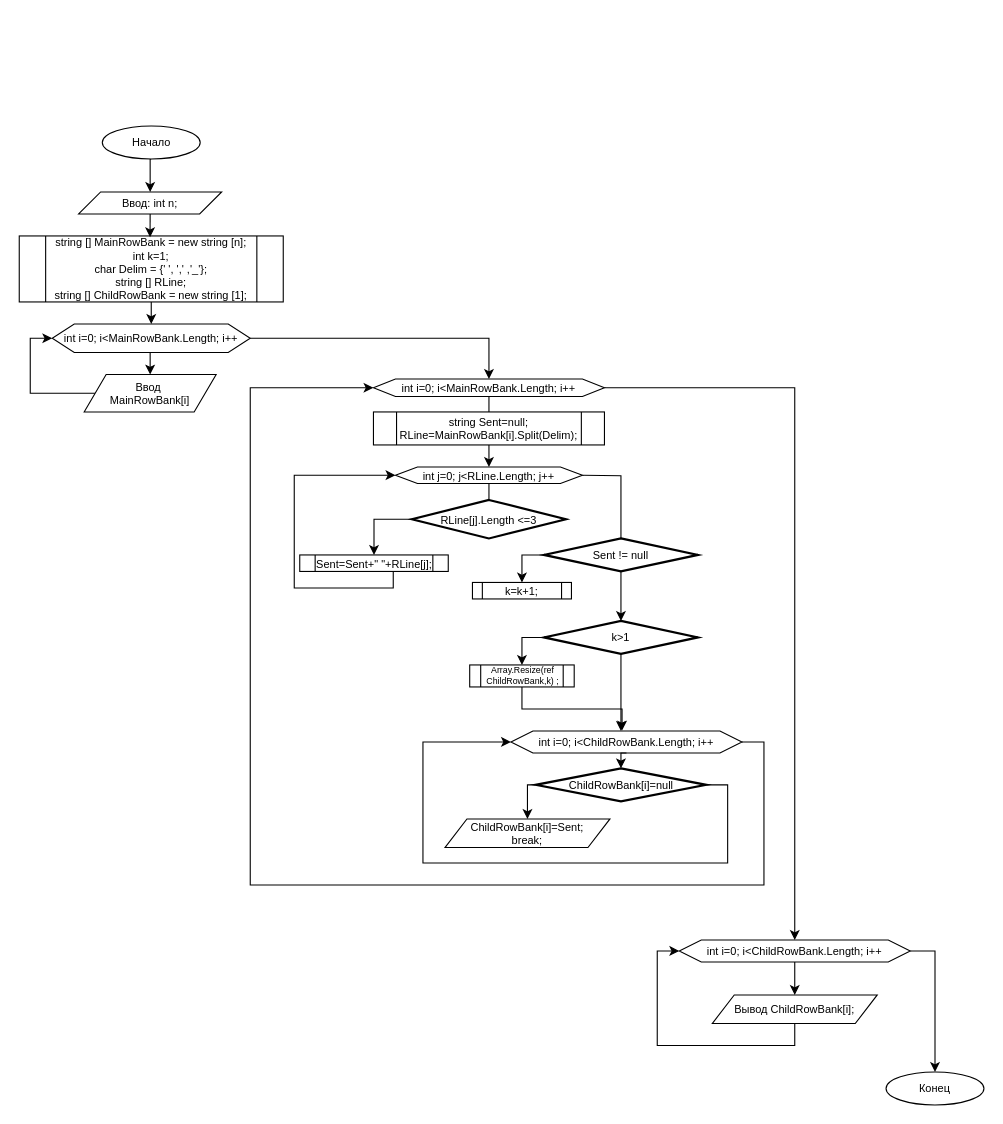
The draw.io diagram Control.drawio in KseniyaON/MainFirstModule, before the edit. Source tidied: cells renumbered, new cells numbered last; positions are measured from the earlier drawing's top-left corner, leaving out a move shared by most shapes. Both pictures are drawn from the tidied source at 110%, with x=0, y=0 at pixel (19, 125).
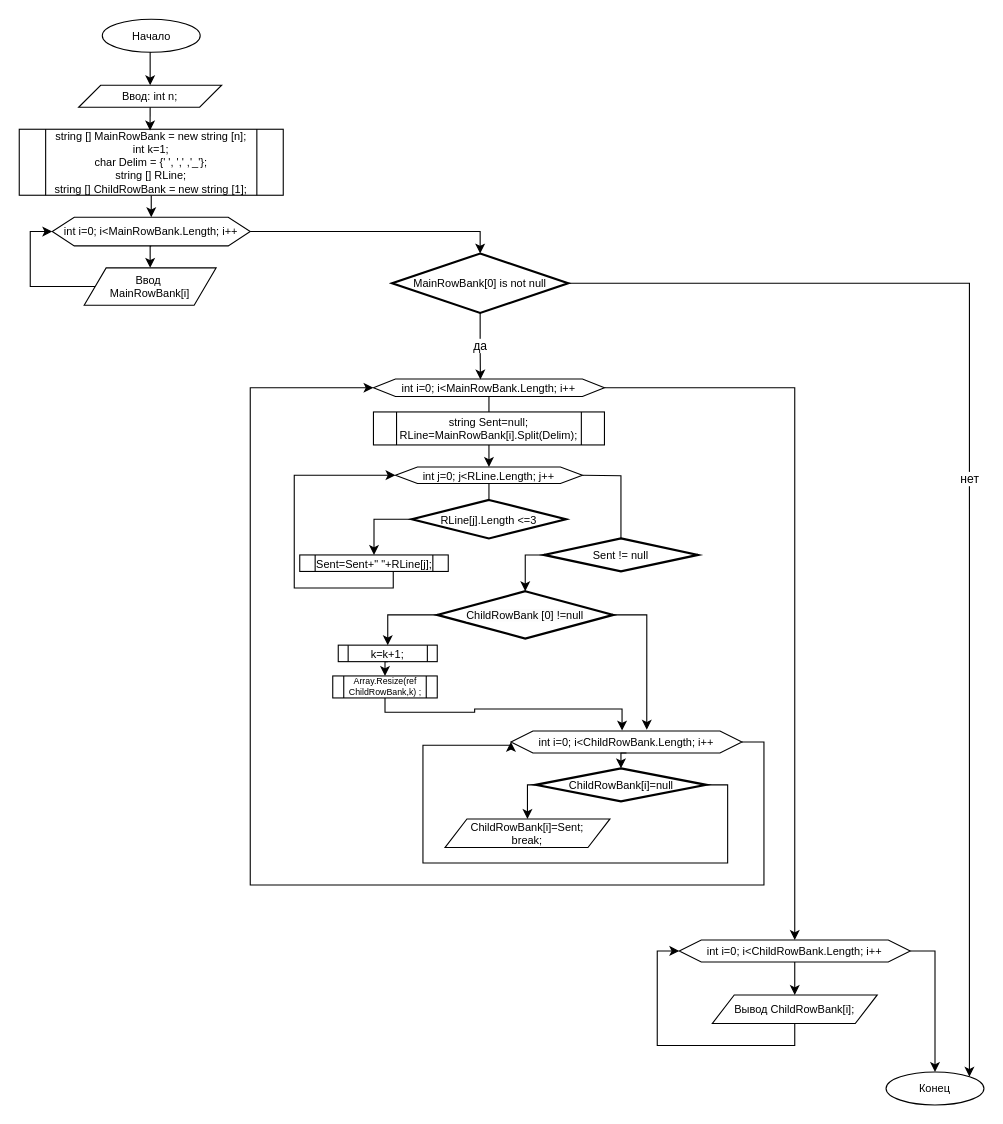
After the change.

Commit message:
Внесены изменения в БС

The change refers to these unchanged cells:
```xml
<mxCell id="15" value="int i=0; i&amp;lt;MainRowBank.Length; i++" style="shape=hexagon;perimeter=hexagonPerimeter2;whiteSpace=wrap;html=1;fixedSize=1;fontSize=10;" parent="1" vertex="1">
  <mxGeometry x="322" y="230" width="210" height="16" as="geometry" />
</mxCell>
<mxCell id="26" value="Sent != null" style="strokeWidth=2;html=1;shape=mxgraph.flowchart.decision;whiteSpace=wrap;fontSize=10;" parent="1" vertex="1">
  <mxGeometry x="477" y="375" width="140" height="30" as="geometry" />
</mxCell>
<mxCell id="34" value="int i=0; i&amp;lt;ChildRowBank.Length; i++" style="shape=hexagon;perimeter=hexagonPerimeter2;whiteSpace=wrap;html=1;fixedSize=1;fontSize=10;" parent="1" vertex="1">
  <mxGeometry x="447" y="550" width="210" height="20" as="geometry" />
</mxCell>
<mxCell id="40" value="ChildRowBank[i]=null" style="strokeWidth=2;html=1;shape=mxgraph.flowchart.decision;whiteSpace=wrap;fontSize=10;" parent="1" vertex="1">
  <mxGeometry x="469.5" y="584" width="155" height="30" as="geometry" />
</mxCell>
<mxCell id="47" value="Конец" style="ellipse;whiteSpace=wrap;html=1;fontSize=10;" parent="1" vertex="1">
  <mxGeometry x="788" y="860" width="89" height="30" as="geometry" />
</mxCell>
```

What changed in the source:
```diff
@@
     <mxCell id="2" value="&lt;div style=&quot;font-size: 10px;&quot;&gt;&lt;span style=&quot;background-color: initial; font-size: 10px;&quot;&gt;Ввод: int n;&lt;/span&gt;&lt;/div&gt;" style="shape=parallelogram;perimeter=parallelogramPerimeter;whiteSpace=wrap;html=1;fixedSize=1;align=center;fontSize=10;" parent="1" vertex="1">
-      <mxGeometry x="54" y="60" width="130" height="20" as="geometry" />
+      <mxGeometry x="54" y="-37" width="130" height="20" as="geometry" />
     </mxCell>
@@
     <mxCell id="4" value="&lt;div style=&quot;font-size: 10px;&quot;&gt;string [] MainRowBank = new string [n];&lt;br style=&quot;font-size: 10px;&quot;&gt;&lt;/div&gt;&lt;div style=&quot;font-size: 10px;&quot;&gt;int k=1;&lt;span style=&quot;background-color: initial; font-size: 10px;&quot;&gt;&lt;br style=&quot;font-size: 10px;&quot;&gt;&lt;/span&gt;&lt;/div&gt;&lt;div style=&quot;font-size: 10px;&quot;&gt;char Delim = {' ', ',' ,'_'};&lt;/div&gt;&lt;div style=&quot;font-size: 10px;&quot;&gt;&lt;div style=&quot;font-size: 10px;&quot;&gt;string [] RLine;&lt;/div&gt;&lt;div style=&quot;font-size: 10px;&quot;&gt;string [] ChildRowBank = new string [1];&lt;/div&gt;&lt;/div&gt;" style="shape=process;whiteSpace=wrap;html=1;backgroundOutline=1;fontSize=10;" parent="1" vertex="1">
-      <mxGeometry y="100" width="240" height="60" as="geometry" />
+      <mxGeometry y="3" width="240" height="60" as="geometry" />
     </mxCell>
@@
     <mxCell id="6" value="Начало" style="ellipse;whiteSpace=wrap;html=1;fontSize=10;" parent="1" vertex="1">
-      <mxGeometry x="75.5" width="89" height="30" as="geometry" />
+      <mxGeometry x="75.5" y="-97" width="89" height="30" as="geometry" />
     </mxCell>
@@
-    <mxCell id="8" style="edgeStyle=orthogonalEdgeStyle;rounded=0;jettySize=auto;html=1;exitX=1;exitY=0.5;exitDx=0;exitDy=0;entryX=0.5;entryY=0;entryDx=0;entryDy=0;fontSize=10;" parent="1" edge="1" source="10" target="15">
-      <mxGeometry relative="1" as="geometry" />
-    </mxCell>
@@
     <mxCell id="10" value="int i=0; i&amp;lt;MainRowBank.Length; i++" style="shape=hexagon;perimeter=hexagonPerimeter2;whiteSpace=wrap;html=1;fixedSize=1;fontSize=10;" parent="1" vertex="1">
-      <mxGeometry x="30" y="180" width="180" height="26" as="geometry" />
+      <mxGeometry x="30" y="83" width="180" height="26" as="geometry" />
     </mxCell>
     <mxCell id="11" style="edgeStyle=orthogonalEdgeStyle;rounded=0;jettySize=auto;html=1;exitX=0;exitY=0.5;exitDx=0;exitDy=0;entryX=0;entryY=0.5;entryDx=0;entryDy=0;" parent="1" edge="1" source="12" target="10">
       <mxGeometry relative="1" as="geometry">
         <Array as="points">
-          <mxPoint x="10" y="243" />
-          <mxPoint x="10" y="193" />
+          <mxPoint x="10" y="146" />
+          <mxPoint x="10" y="96" />
         </Array>
       </mxGeometry>
     </mxCell>
     <mxCell id="12" value="Ввод&amp;nbsp;&lt;div style=&quot;font-size: 10px;&quot;&gt;MainRowBank[i]&lt;/div&gt;" style="shape=parallelogram;perimeter=parallelogramPerimeter;whiteSpace=wrap;html=1;fixedSize=1;fontSize=10;" parent="1" vertex="1">
-      <mxGeometry x="59" y="226" width="120" height="34" as="geometry" />
+      <mxGeometry x="59" y="129" width="120" height="34" as="geometry" />
     </mxCell>
     <mxCell id="13" style="edgeStyle=orthogonalEdgeStyle;rounded=0;jettySize=auto;html=1;exitX=0.5;exitY=1;exitDx=0;exitDy=0;entryX=0.464;entryY=0.012;entryDx=0;entryDy=0;entryPerimeter=0;fontSize=10;" parent="1" edge="1" source="2">
       <mxGeometry relative="1" as="geometry">
-        <mxPoint x="118.9" y="101.1" as="targetPoint" />
+        <mxPoint x="118.9" y="4.1" as="targetPoint" />
       </mxGeometry>
     </mxCell>
@@
-    <mxCell id="25" style="edgeStyle=orthogonalEdgeStyle;rounded=0;jettySize=auto;html=1;exitX=0;exitY=0.5;exitDx=0;exitDy=0;exitPerimeter=0;entryX=0.5;entryY=0;entryDx=0;entryDy=0;fontSize=10;" parent="1" edge="1" source="26" target="27">
-      <mxGeometry relative="1" as="geometry" />
-    </mxCell>
@@
+    <mxCell id="48" style="edgeStyle=orthogonalEdgeStyle;rounded=0;jettySize=auto;html=1;exitX=0.5;exitY=1;exitDx=0;exitDy=0;entryX=0.5;entryY=0;entryDx=0;entryDy=0;" parent="1" edge="1" source="27" target="32">
+      <mxGeometry relative="1" as="geometry" />
+    </mxCell>
     <mxCell id="27" value="k=k+1;" style="shape=process;whiteSpace=wrap;html=1;backgroundOutline=1;fontSize=10;" parent="1" vertex="1">
-      <mxGeometry x="412" y="415" width="90" height="15" as="geometry" />
+      <mxGeometry x="290" y="472" width="90" height="15" as="geometry" />
     </mxCell>
-    <mxCell id="28" style="edgeStyle=orthogonalEdgeStyle;rounded=0;jettySize=auto;html=1;exitX=0;exitY=0.5;exitDx=0;exitDy=0;exitPerimeter=0;entryX=0.5;entryY=0;entryDx=0;entryDy=0;fontSize=10;" parent="1" edge="1" source="30" target="32">
-      <mxGeometry relative="1" as="geometry" />
-    </mxCell>
-    <mxCell id="29" style="edgeStyle=orthogonalEdgeStyle;rounded=0;jettySize=auto;html=1;exitX=0.5;exitY=1;exitDx=0;exitDy=0;exitPerimeter=0;" parent="1" edge="1" source="30">
-      <mxGeometry relative="1" as="geometry">
-        <mxPoint x="547" y="550" as="targetPoint" />
-      </mxGeometry>
-    </mxCell>
-    <mxCell id="30" value="k&amp;gt;1" style="strokeWidth=2;html=1;shape=mxgraph.flowchart.decision;whiteSpace=wrap;fontSize=10;" parent="1" vertex="1">
-      <mxGeometry x="477" y="450" width="140" height="30" as="geometry" />
-    </mxCell>
@@
     <mxCell id="32" value="Array.Resize(ref ChildRowBank,k) ;" style="shape=process;whiteSpace=wrap;html=1;backgroundOutline=1;fontSize=8;" parent="1" vertex="1">
-      <mxGeometry x="409.5" y="490" width="95" height="20" as="geometry" />
+      <mxGeometry x="285" y="500" width="95" height="20" as="geometry" />
     </mxCell>
@@
     <mxCell id="35" style="edgeStyle=orthogonalEdgeStyle;rounded=0;jettySize=auto;html=1;exitX=0.5;exitY=1;exitDx=0;exitDy=0;entryX=0.481;entryY=-0.017;entryDx=0;entryDy=0;entryPerimeter=0;" parent="1" edge="1" source="32" target="34">
-      <mxGeometry relative="1" as="geometry" />
+      <mxGeometry relative="1" as="geometry">
+        <Array as="points">
+          <mxPoint x="333" y="533" />
+          <mxPoint x="414" y="533" />
+          <mxPoint x="414" y="530" />
+          <mxPoint x="548" y="530" />
+        </Array>
+      </mxGeometry>
     </mxCell>
-    <mxCell id="36" style="edgeStyle=orthogonalEdgeStyle;rounded=0;jettySize=auto;html=1;exitX=0.5;exitY=1;exitDx=0;exitDy=0;exitPerimeter=0;entryX=0.5;entryY=0;entryDx=0;entryDy=0;entryPerimeter=0;" parent="1" edge="1" source="26" target="30">
-      <mxGeometry relative="1" as="geometry" />
-    </mxCell>
@@
     <mxCell id="39" style="edgeStyle=orthogonalEdgeStyle;rounded=0;jettySize=auto;html=1;exitX=1;exitY=0.5;exitDx=0;exitDy=0;exitPerimeter=0;entryX=0;entryY=0.5;entryDx=0;entryDy=0;" parent="1" edge="1" source="40" target="34">
       <mxGeometry relative="1" as="geometry">
         <Array as="points">
           <mxPoint x="644" y="599" />
           <mxPoint x="644" y="670" />
           <mxPoint x="367" y="670" />
-          <mxPoint x="367" y="560" />
+          <mxPoint x="367" y="563" />
+          <mxPoint x="447" y="563" />
         </Array>
       </mxGeometry>
     </mxCell>
@@
+    <mxCell id="49" value="нет" style="edgeStyle=orthogonalEdgeStyle;rounded=0;jettySize=auto;html=1;entryX=1;entryY=0;entryDx=0;entryDy=0;" parent="1" edge="1" source="50" target="47">
+      <mxGeometry relative="1" as="geometry" />
+    </mxCell>
+    <mxCell id="50" value="MainRowBank[0] is not null" style="strokeWidth=2;html=1;shape=mxgraph.flowchart.decision;whiteSpace=wrap;fontSize=10;" parent="1" vertex="1">
+      <mxGeometry x="339" y="116" width="160" height="54" as="geometry" />
+    </mxCell>
+    <mxCell id="51" style="edgeStyle=orthogonalEdgeStyle;rounded=0;jettySize=auto;html=1;exitX=1;exitY=0.5;exitDx=0;exitDy=0;entryX=0.5;entryY=0;entryDx=0;entryDy=0;entryPerimeter=0;" parent="1" edge="1" source="10" target="50">
+      <mxGeometry relative="1" as="geometry" />
+    </mxCell>
+    <mxCell id="52" value="да" style="edgeStyle=orthogonalEdgeStyle;rounded=0;jettySize=auto;html=1;entryX=0.463;entryY=0.025;entryDx=0;entryDy=0;entryPerimeter=0;" parent="1" edge="1" source="50" target="15">
+      <mxGeometry relative="1" as="geometry" />
+    </mxCell>
+    <mxCell id="53" style="edgeStyle=orthogonalEdgeStyle;rounded=0;jettySize=auto;html=1;exitX=0;exitY=0.5;exitDx=0;exitDy=0;exitPerimeter=0;entryX=0.5;entryY=0;entryDx=0;entryDy=0;" parent="1" edge="1" source="54" target="27">
+      <mxGeometry relative="1" as="geometry" />
+    </mxCell>
+    <mxCell id="54" value="&lt;span style=&quot;color: rgb(0, 0, 0); font-family: Helvetica; font-size: 10px; font-style: normal; font-variant-ligatures: normal; font-variant-caps: normal; font-weight: 400; letter-spacing: normal; orphans: 2; text-align: center; text-indent: 0px; text-transform: none; widows: 2; word-spacing: 0px; -webkit-text-stroke-width: 0px; white-space: normal; background-color: rgb(251, 251, 251); text-decoration-thickness: initial; text-decoration-style: initial; text-decoration-color: initial; display: inline !important; float: none;&quot;&gt;ChildRowBank [0] !=null&lt;/span&gt;" style="strokeWidth=2;html=1;shape=mxgraph.flowchart.decision;whiteSpace=wrap;" parent="1" vertex="1">
+      <mxGeometry x="380" y="423" width="160" height="43" as="geometry" />
+    </mxCell>
+    <mxCell id="55" style="edgeStyle=orthogonalEdgeStyle;rounded=0;jettySize=auto;html=1;exitX=0;exitY=0.5;exitDx=0;exitDy=0;exitPerimeter=0;entryX=0.5;entryY=0;entryDx=0;entryDy=0;entryPerimeter=0;" parent="1" edge="1" source="26" target="54">
+      <mxGeometry relative="1" as="geometry" />
+    </mxCell>
+    <mxCell id="56" style="edgeStyle=orthogonalEdgeStyle;rounded=0;jettySize=auto;html=1;exitX=1;exitY=0.5;exitDx=0;exitDy=0;exitPerimeter=0;entryX=0.588;entryY=-0.06;entryDx=0;entryDy=0;entryPerimeter=0;" parent="1" edge="1" source="54" target="34">
+      <mxGeometry relative="1" as="geometry" />
+    </mxCell>
```
